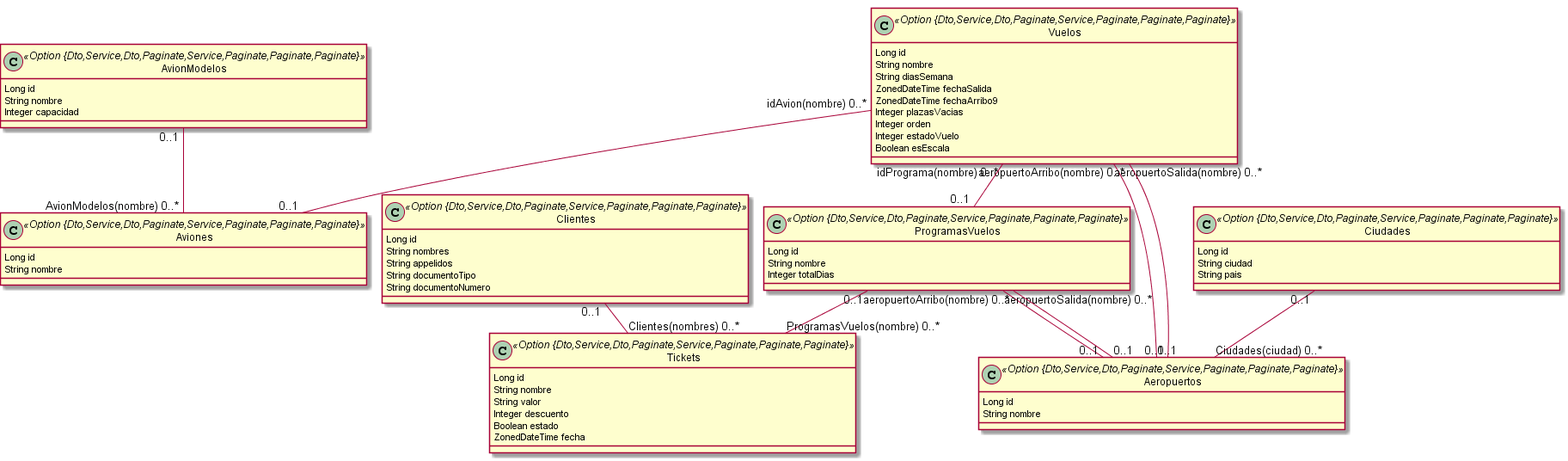
Above: jdl/jhipster-jdl.png in Qleoz12/Jhipster_Uniminuto_Angular (PlantUML), before the change.
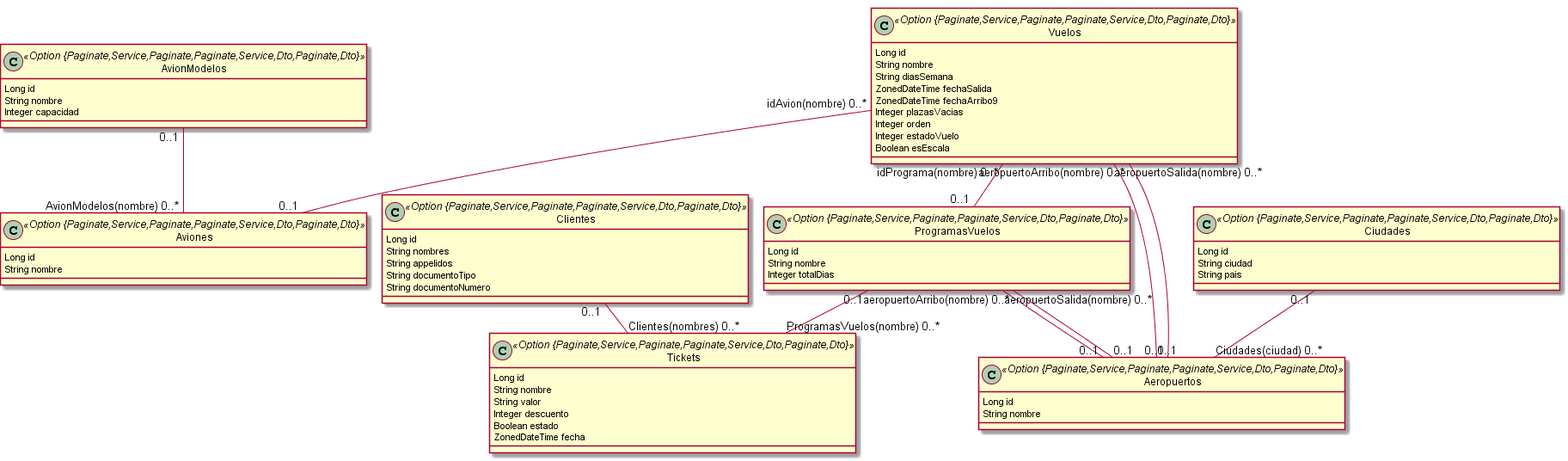
After the change.

Commit message:
cambios JDL

Diff of the diagram source:
```diff
@@ -1,23 +1,23 @@
 @startuml
 	!pragma graphviz_dot jdot
 	!pragma syntax class
-	class Aviones <<Option {Dto,Service,Dto,Paginate,Service,Paginate,Paginate,Paginate}>> {
+	class Aviones <<Option {Paginate,Service,Paginate,Paginate,Service,Dto,Paginate,Dto}>> {
 		Long id
 		String nombre
 	}
-	class AvionModelos <<Option {Dto,Service,Dto,Paginate,Service,Paginate,Paginate,Paginate}>> {
+	class AvionModelos <<Option {Paginate,Service,Paginate,Paginate,Service,Dto,Paginate,Dto}>> {
 		Long id
 		String nombre
 		Integer capacidad
 	}
-	class Clientes <<Option {Dto,Service,Dto,Paginate,Service,Paginate,Paginate,Paginate}>> {
+	class Clientes <<Option {Paginate,Service,Paginate,Paginate,Service,Dto,Paginate,Dto}>> {
 		Long id
 		String nombres
 		String appelidos
 		String documentoTipo
 		String documentoNumero
 	}
-	class Tickets <<Option {Dto,Service,Dto,Paginate,Service,Paginate,Paginate,Paginate}>> {
+	class Tickets <<Option {Paginate,Service,Paginate,Paginate,Service,Dto,Paginate,Dto}>> {
 		Long id
 		String nombre
 		String valor
@@ -25,12 +25,12 @@
 		Boolean estado
 		ZonedDateTime fecha
 	}
-	class ProgramasVuelos <<Option {Dto,Service,Dto,Paginate,Service,Paginate,Paginate,Paginate}>> {
+	class ProgramasVuelos <<Option {Paginate,Service,Paginate,Paginate,Service,Dto,Paginate,Dto}>> {
 		Long id
 		String nombre
 		Integer totalDias
 	}
-	class Vuelos <<Option {Dto,Service,Dto,Paginate,Service,Paginate,Paginate,Paginate}>> {
+	class Vuelos <<Option {Paginate,Service,Paginate,Paginate,Service,Dto,Paginate,Dto}>> {
 		Long id
 		String nombre
 		String diasSemana
@@ -41,11 +41,11 @@
 		Integer estadoVuelo
 		Boolean esEscala
 	}
-	class Aeropuertos <<Option {Dto,Service,Dto,Paginate,Service,Paginate,Paginate,Paginate}>> {
+	class Aeropuertos <<Option {Paginate,Service,Paginate,Paginate,Service,Dto,Paginate,Dto}>> {
 		Long id
 		String nombre
 	}
-	class Ciudades <<Option {Dto,Service,Dto,Paginate,Service,Paginate,Paginate,Paginate}>> {
+	class Ciudades <<Option {Paginate,Service,Paginate,Paginate,Service,Dto,Paginate,Dto}>> {
 		Long id
 		String ciudad
 		String pais
```
